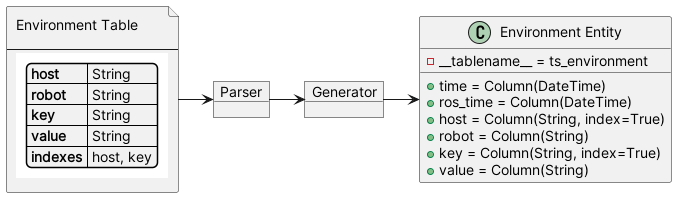
Before: docs/diagrams/table_generation.png, a diagram exported from PlantUML (nasa-jpl/cortex).
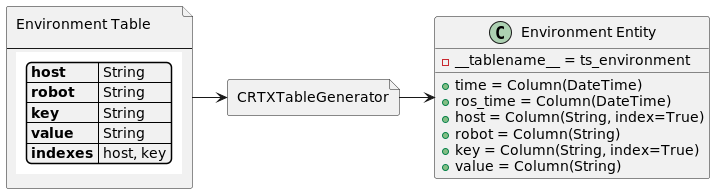
The same file after the commit.

Commit message:
Update table generator diagram.

What changed in the source:
```diff
@@ -13,8 +13,9 @@
 }}
 ]
 
-object Parser
-object Generator
+file table_generator [
+CRTXTableGenerator
+]
 
 class "Environment Entity" {
 - __tablename__ = ts_environment
@@ -28,8 +29,7 @@
 
 
 
-spec -> Parser
-Parser -> Generator
-Generator -> "Environment Entity"
+spec -> table_generator
+table_generator -> "Environment Entity"
 
 @enduml
```
